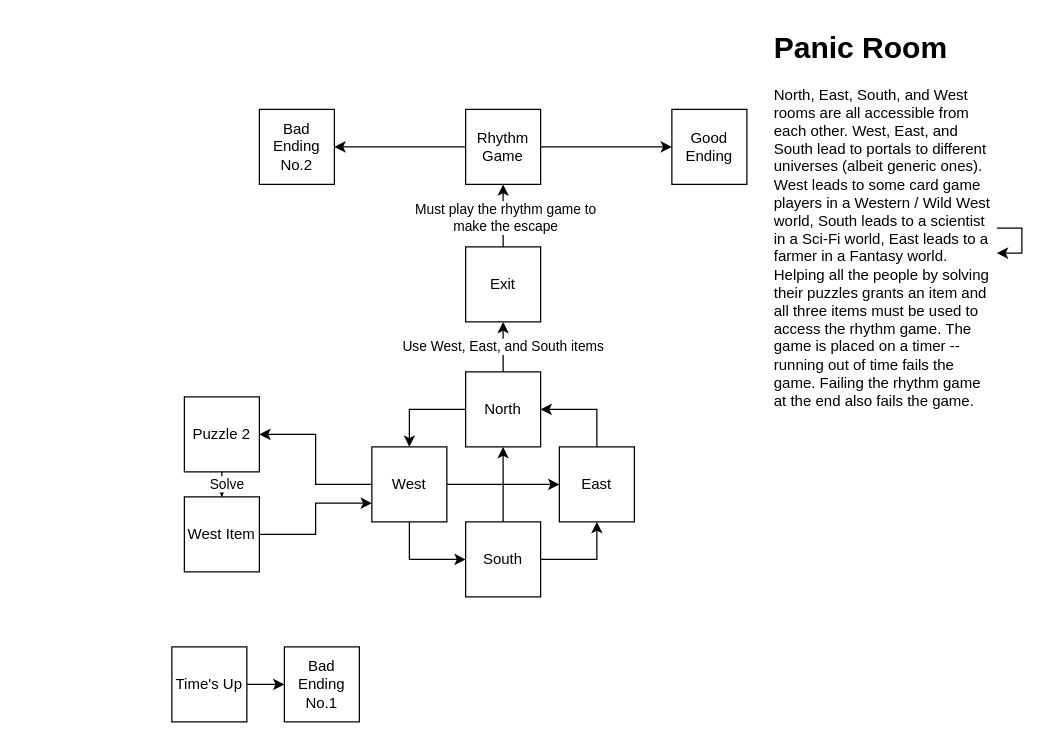
jmantel-edu/beatverse keeps this draw.io diagram as flowchart.drawio. Above is the earlier version. Source tidied: cells renumbered, new cells numbered last; positions are measured from the earlier drawing's top-left corner, leaving out a move shared by most shapes. Both pictures are drawn from the tidied source at 125%, with x=0, y=0 at pixel (171, 21).
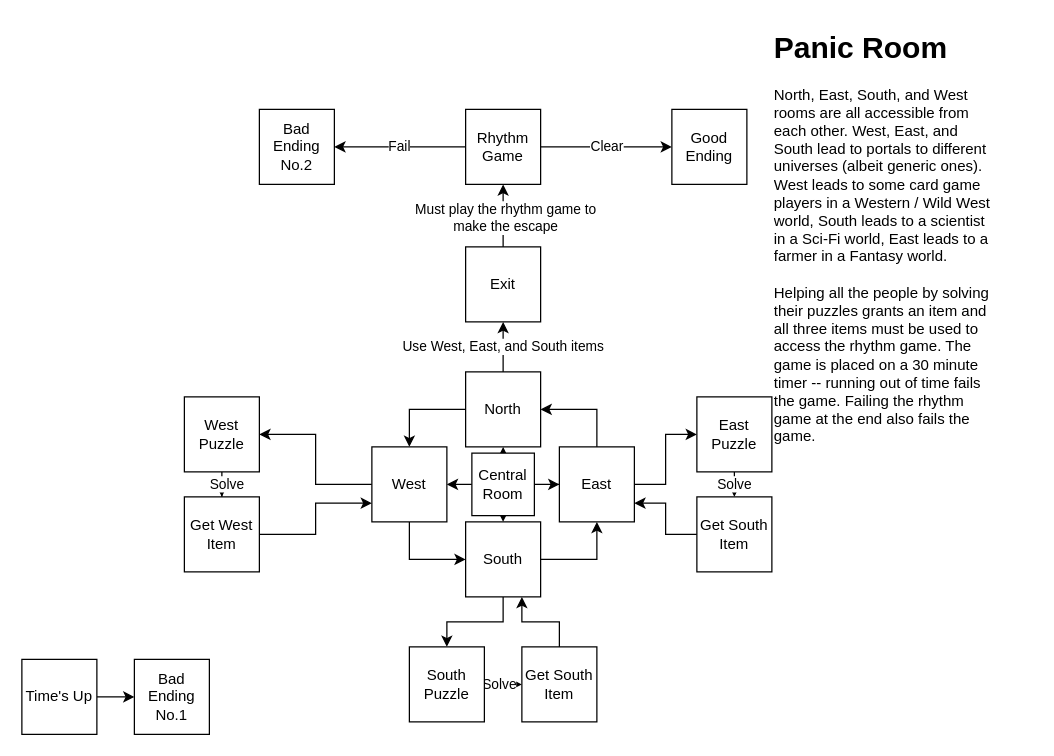
Above is the later version.

The change refers to these unchanged cells:
```xml
<mxCell id="4" value="North" style="whiteSpace=wrap;html=1;" parent="1" vertex="1">
  <mxGeometry x="235" y="280" width="60" height="60" as="geometry" />
</mxCell>
<mxCell id="8" value="West" style="whiteSpace=wrap;html=1;" parent="1" vertex="1">
  <mxGeometry x="160" y="340" width="60" height="60" as="geometry" />
</mxCell>
<mxCell id="11" value="South" style="whiteSpace=wrap;html=1;" parent="1" vertex="1">
  <mxGeometry x="235" y="400" width="60" height="60" as="geometry" />
</mxCell>
<mxCell id="13" value="East" style="whiteSpace=wrap;html=1;" parent="1" vertex="1">
  <mxGeometry x="310" y="340" width="60" height="60" as="geometry" />
</mxCell>
<mxCell id="19" value="Rhythm Game" style="whiteSpace=wrap;html=1;" parent="1" vertex="1">
  <mxGeometry x="235" y="70" width="60" height="60" as="geometry" />
</mxCell>
<mxCell id="20" value="Good Ending" style="whiteSpace=wrap;html=1;" parent="1" vertex="1">
  <mxGeometry x="400" y="70" width="60" height="60" as="geometry" />
</mxCell>
<mxCell id="21" value="Bad Ending&lt;div&gt;No.2&lt;/div&gt;" style="whiteSpace=wrap;html=1;" parent="1" vertex="1">
  <mxGeometry x="70" y="70" width="60" height="60" as="geometry" />
</mxCell>
```

What changed in the source:
```diff
@@
-    <mxCell id="6" style="edgeStyle=orthogonalEdgeStyle;rounded=0;jettySize=auto;html=1;exitX=1;exitY=0.5;exitDx=0;exitDy=0;entryX=0;entryY=0.5;entryDx=0;entryDy=0;" parent="1" edge="1" source="8" target="13">
-      <mxGeometry relative="1" as="geometry" />
-    </mxCell>
@@
-    <mxCell id="10" style="edgeStyle=orthogonalEdgeStyle;rounded=0;jettySize=auto;html=1;exitX=0.5;exitY=0;exitDx=0;exitDy=0;entryX=0.5;entryY=1;entryDx=0;entryDy=0;" parent="1" edge="1" source="11" target="4">
-      <mxGeometry relative="1" as="geometry" />
-    </mxCell>
+    <mxCell id="33" style="edgeStyle=orthogonalEdgeStyle;rounded=0;jettySize=auto;html=1;exitX=0.5;exitY=1;exitDx=0;exitDy=0;entryX=0.5;entryY=0;entryDx=0;entryDy=0;" parent="1" edge="1" source="11" target="37">
+      <mxGeometry relative="1" as="geometry" />
+    </mxCell>
@@
+    <mxCell id="34" style="edgeStyle=orthogonalEdgeStyle;rounded=0;jettySize=auto;html=1;exitX=1;exitY=0.5;exitDx=0;exitDy=0;entryX=0;entryY=0.5;entryDx=0;entryDy=0;" parent="1" edge="1" source="13" target="41">
+      <mxGeometry relative="1" as="geometry" />
+    </mxCell>
@@
-    <mxCell id="17" style="edgeStyle=orthogonalEdgeStyle;rounded=0;jettySize=auto;html=1;exitX=0;exitY=0.5;exitDx=0;exitDy=0;entryX=1;entryY=0.5;entryDx=0;entryDy=0;" parent="1" edge="1" source="19" target="21">
+    <mxCell id="17" value="Fail" style="edgeStyle=orthogonalEdgeStyle;rounded=0;jettySize=auto;html=1;exitX=0;exitY=0.5;exitDx=0;exitDy=0;entryX=1;entryY=0.5;entryDx=0;entryDy=0;" parent="1" edge="1" source="19" target="21">
       <mxGeometry relative="1" as="geometry" />
     </mxCell>
-    <mxCell id="18" style="edgeStyle=orthogonalEdgeStyle;rounded=0;jettySize=auto;html=1;exitX=1;exitY=0.5;exitDx=0;exitDy=0;entryX=0;entryY=0.5;entryDx=0;entryDy=0;" parent="1" edge="1" source="19" target="20">
+    <mxCell id="18" value="Clear" style="edgeStyle=orthogonalEdgeStyle;rounded=0;jettySize=auto;html=1;exitX=1;exitY=0.5;exitDx=0;exitDy=0;entryX=0;entryY=0.5;entryDx=0;entryDy=0;" parent="1" edge="1" source="19" target="20">
       <mxGeometry relative="1" as="geometry" />
     </mxCell>
@@
-    <mxCell id="24" value="Puzzle 2" style="whiteSpace=wrap;html=1;" parent="1" vertex="1">
+    <mxCell id="24" value="West Puzzle" style="whiteSpace=wrap;html=1;" parent="1" vertex="1">
       <mxGeometry x="10" y="300" width="60" height="60" as="geometry" />
     </mxCell>
@@
-    <mxCell id="26" value="West Item" style="whiteSpace=wrap;html=1;" parent="1" vertex="1">
+    <mxCell id="26" value="Get West Item" style="whiteSpace=wrap;html=1;" parent="1" vertex="1">
       <mxGeometry x="10" y="380" width="60" height="60" as="geometry" />
     </mxCell>
-    <mxCell id="27" value="&lt;h1 style=&quot;margin-top: 0px;&quot;&gt;&lt;span style=&quot;background-color: transparent; color: light-dark(rgb(0, 0, 0), rgb(255, 255, 255));&quot;&gt;Panic Room&lt;/span&gt;&lt;/h1&gt;&lt;div&gt;North, East, South, and West rooms are all accessible from each other. West, East, and South lead to portals to different universes (albeit generic ones). West leads to some card game players in a Western / Wild West world, South leads to a scientist in a Sci-Fi world, East leads to a farmer in a Fantasy world. Helping all the people by solving their puzzles grants an item and all three items must be used to access the rhythm game. The game is placed on a timer -- running out of time fails the game. Failing the rhythm game at the end also fails the game.&lt;/div&gt;" style="text;html=1;whiteSpace=wrap;overflow=hidden;rounded=0;" parent="1" vertex="1">
+    <mxCell id="27" value="&lt;h1 style=&quot;margin-top: 0px;&quot;&gt;&lt;span style=&quot;background-color: transparent; color: light-dark(rgb(0, 0, 0), rgb(255, 255, 255));&quot;&gt;Panic Room&lt;/span&gt;&lt;/h1&gt;&lt;div&gt;North, East, South, and West rooms are all accessible from each other. West, East, and South lead to portals to different universes (albeit generic ones). West leads to some card game players in a Western / Wild West world, South leads to a scientist in a Sci-Fi world, East leads to a farmer in a Fantasy world.&lt;span style=&quot;background-color: transparent; color: light-dark(rgb(0, 0, 0), rgb(255, 255, 255));&quot;&gt;&amp;nbsp;&lt;/span&gt;&lt;/div&gt;&lt;div&gt;&lt;span style=&quot;background-color: transparent; color: light-dark(rgb(0, 0, 0), rgb(255, 255, 255));&quot;&gt;&lt;br&gt;&lt;/span&gt;&lt;/div&gt;&lt;div&gt;&lt;span style=&quot;background-color: transparent; color: light-dark(rgb(0, 0, 0), rgb(255, 255, 255));&quot;&gt;Helping all the people by solving their puzzles grants an item and all three items must be used to access the rhythm game. The game is placed on a 30 minute timer -- running out of time fails the game. Failing the rhythm game at the end also fails the game.&lt;/span&gt;&lt;/div&gt;" style="text;html=1;whiteSpace=wrap;overflow=hidden;rounded=0;" parent="1" vertex="1">
       <mxGeometry x="480" width="180" height="350" as="geometry" />
     </mxCell>
@@
     <mxCell id="29" value="Time's Up" style="whiteSpace=wrap;html=1;" parent="1" vertex="1">
-      <mxGeometry y="500" width="60" height="60" as="geometry" />
+      <mxGeometry x="-120" y="510" width="60" height="60" as="geometry" />
     </mxCell>
     <mxCell id="30" value="Bad Ending No.1" style="whiteSpace=wrap;html=1;" parent="1" vertex="1">
-      <mxGeometry x="90" y="500" width="60" height="60" as="geometry" />
+      <mxGeometry x="-30" y="510" width="60" height="60" as="geometry" />
     </mxCell>
-    <mxCell id="31" style="edgeStyle=orthogonalEdgeStyle;rounded=0;orthogonalLoop=1;jettySize=auto;html=1;" parent="1" edge="1" source="27" target="27">
-      <mxGeometry relative="1" as="geometry" />
-    </mxCell>
@@
+    <mxCell id="35" style="edgeStyle=orthogonalEdgeStyle;rounded=0;jettySize=auto;html=1;exitX=1;exitY=0.5;exitDx=0;exitDy=0;entryX=0;entryY=0.5;entryDx=0;entryDy=0;" parent="1" edge="1" source="37" target="39">
+      <mxGeometry relative="1" as="geometry" />
+    </mxCell>
+    <mxCell id="36" value="Solve" style="edgeLabel;html=1;align=center;verticalAlign=middle;" parent="35" vertex="1">
+      <mxGeometry x="-0.27" y="1" relative="1" as="geometry" />
+    </mxCell>
+    <mxCell id="37" value="South Puzzle" style="whiteSpace=wrap;html=1;" parent="1" vertex="1">
+      <mxGeometry x="190" y="500" width="60" height="60" as="geometry" />
+    </mxCell>
+    <mxCell id="38" style="edgeStyle=orthogonalEdgeStyle;rounded=0;jettySize=auto;html=1;exitX=0.5;exitY=0;exitDx=0;exitDy=0;entryX=0.75;entryY=1;entryDx=0;entryDy=0;" parent="1" edge="1" source="39" target="11">
+      <mxGeometry relative="1" as="geometry" />
+    </mxCell>
+    <mxCell id="39" value="Get South Item" style="whiteSpace=wrap;html=1;" parent="1" vertex="1">
+      <mxGeometry x="280" y="500" width="60" height="60" as="geometry" />
+    </mxCell>
+    <mxCell id="40" value="Solve" style="edgeStyle=orthogonalEdgeStyle;rounded=0;jettySize=auto;html=1;exitX=0.5;exitY=1;exitDx=0;exitDy=0;entryX=0.5;entryY=0;entryDx=0;entryDy=0;" parent="1" edge="1" source="41" target="43">
+      <mxGeometry relative="1" as="geometry" />
+    </mxCell>
+    <mxCell id="41" value="East Puzzle" style="whiteSpace=wrap;html=1;" parent="1" vertex="1">
+      <mxGeometry x="420" y="300" width="60" height="60" as="geometry" />
+    </mxCell>
+    <mxCell id="42" style="edgeStyle=orthogonalEdgeStyle;rounded=0;jettySize=auto;html=1;exitX=0;exitY=0.5;exitDx=0;exitDy=0;entryX=1;entryY=0.75;entryDx=0;entryDy=0;" parent="1" edge="1" source="43" target="13">
+      <mxGeometry relative="1" as="geometry" />
+    </mxCell>
+    <mxCell id="43" value="Get South Item" style="whiteSpace=wrap;html=1;" parent="1" vertex="1">
+      <mxGeometry x="420" y="380" width="60" height="60" as="geometry" />
+    </mxCell>
+    <mxCell id="44" style="edgeStyle=orthogonalEdgeStyle;rounded=0;jettySize=auto;html=1;exitX=0;exitY=0.5;exitDx=0;exitDy=0;entryX=1;entryY=0.5;entryDx=0;entryDy=0;" parent="1" edge="1" source="48" target="8">
+      <mxGeometry relative="1" as="geometry" />
+    </mxCell>
+    <mxCell id="45" style="edgeStyle=orthogonalEdgeStyle;rounded=0;jettySize=auto;html=1;exitX=1;exitY=0.5;exitDx=0;exitDy=0;" parent="1" edge="1" source="48" target="13">
+      <mxGeometry relative="1" as="geometry" />
+    </mxCell>
+    <mxCell id="46" style="edgeStyle=orthogonalEdgeStyle;rounded=0;jettySize=auto;html=1;exitX=0.5;exitY=0;exitDx=0;exitDy=0;entryX=0.5;entryY=1;entryDx=0;entryDy=0;" parent="1" edge="1" source="48" target="4">
+      <mxGeometry relative="1" as="geometry" />
+    </mxCell>
+    <mxCell id="47" style="edgeStyle=orthogonalEdgeStyle;rounded=0;jettySize=auto;html=1;exitX=0.5;exitY=1;exitDx=0;exitDy=0;entryX=0.5;entryY=0;entryDx=0;entryDy=0;" parent="1" edge="1" source="48" target="11">
+      <mxGeometry relative="1" as="geometry" />
+    </mxCell>
+    <mxCell id="48" value="Central Room" style="whiteSpace=wrap;html=1;" parent="1" vertex="1">
+      <mxGeometry x="240" y="345" width="50" height="50" as="geometry" />
+    </mxCell>
```
